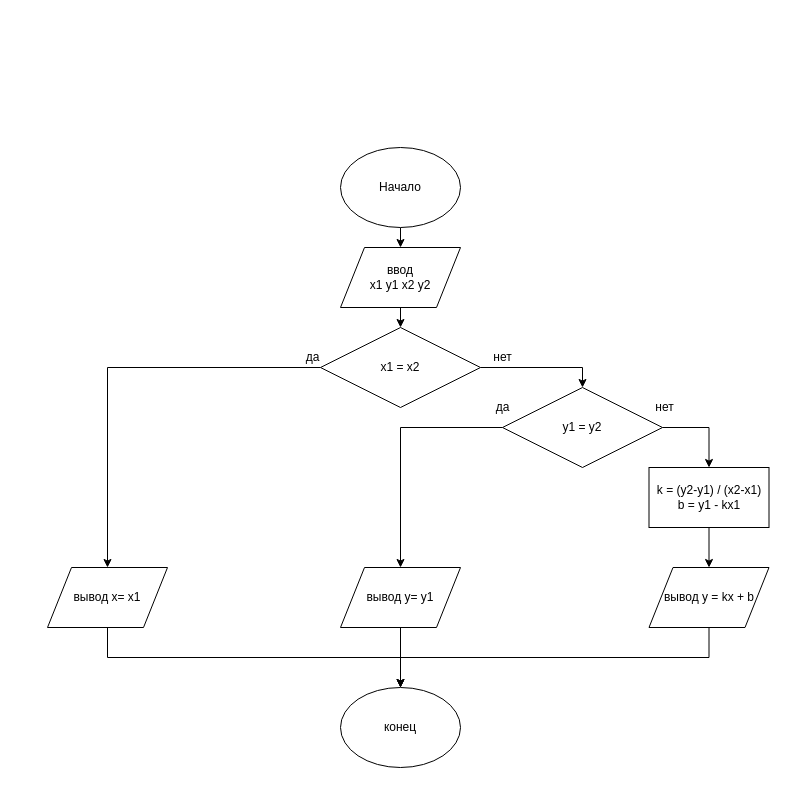
alexfadin/python keeps this draw.io diagram as page "Task 1-2" (2 of 4) of Untitled Diagram.drawio. Above is the earlier version. Source tidied: cells renumbered, new cells numbered last; positions are measured from the earlier drawing's top-left corner, leaving out a move shared by most shapes. Both pictures are drawn from the tidied source at 100%, with x=0, y=0 at pixel (47, 147).
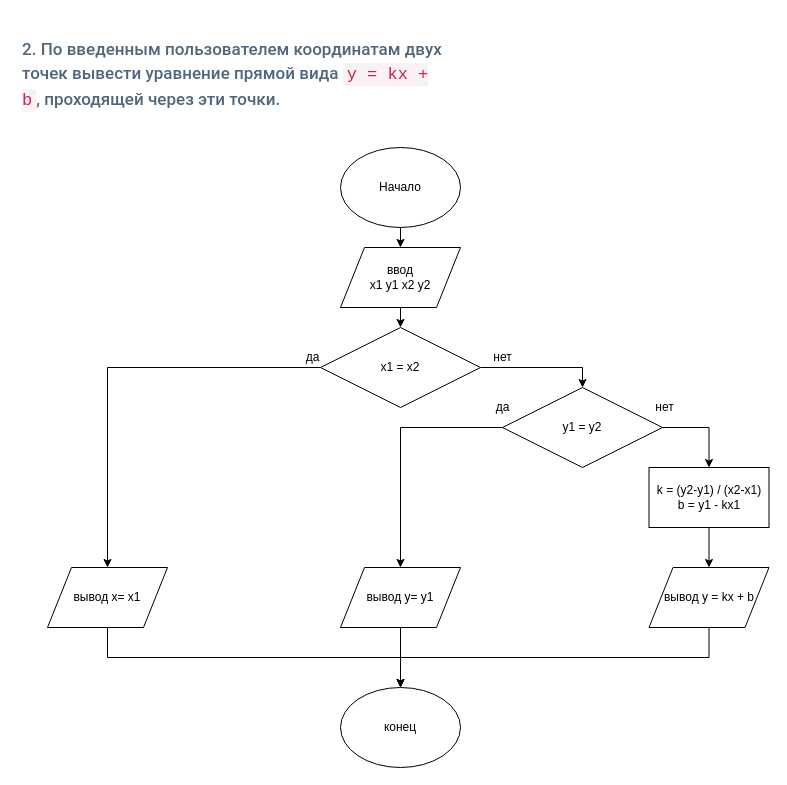
After the change.

What changed in the source:
```diff
@@
+    <mxCell id="25" value="&lt;h3 style=&quot;box-sizing: border-box ; font-family: &amp;#34;roboto&amp;#34; , &amp;#34;san francisco&amp;#34; , &amp;#34;helvetica neue&amp;#34; , &amp;#34;helvetica&amp;#34; , &amp;#34;arial&amp;#34; ; font-weight: 500 ; line-height: 24px ; color: rgb(80 , 102 , 123) ; margin-top: 20px ; margin-bottom: 10px ; font-size: 17px ; background-color: rgb(255 , 255 , 255)&quot;&gt;2. По введенным пользователем координатам двух точек вывести уравнение прямой вида&amp;nbsp;&lt;code style=&quot;box-sizing: border-box ; font-family: monospace , monospace ; font-size: 1em ; color: rgb(199 , 37 , 78) ; background-color: rgb(249 , 242 , 244) ; border-radius: 4px ; padding: 2px 4px&quot;&gt;y = kx + b&lt;/code&gt;, проходящей через эти точки.&lt;/h3&gt;" style="text;html=1;strokeColor=none;fillColor=none;spacing=5;spacingTop=-20;whiteSpace=wrap;overflow=hidden;rounded=0;" parent="1" vertex="1">
+      <mxGeometry x="-30" y="-120" width="440" height="120" as="geometry" />
+    </mxCell>
```
